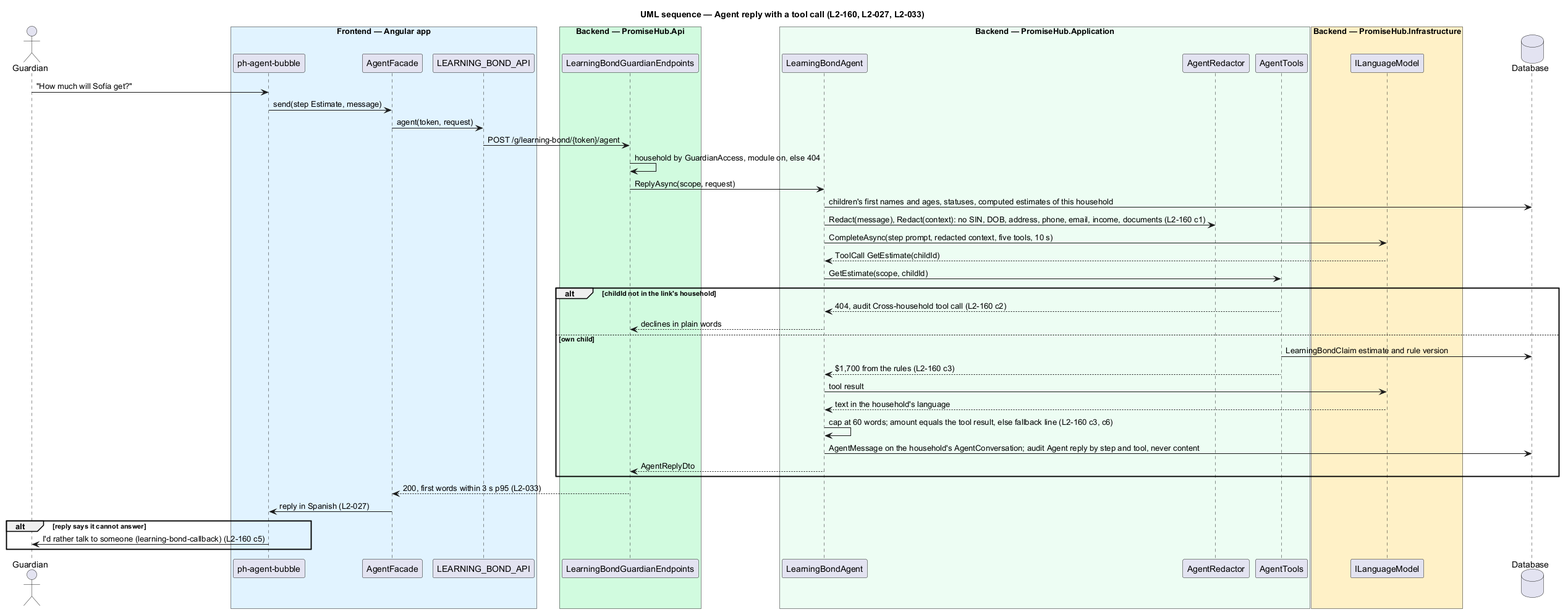
This is docs/detailed-designs/learning-bond/run-learning-bond-agent/diagrams/sequence-agent-reply.png from QuinntyneBrown/promise-hub, a PlantUML export, as it was before one commit. The source it was exported from:
```plantuml
@startuml
title UML sequence — Agent reply with a tool call (L2-160, L2-027, L2-033)
skinparam backgroundColor #FFFFFF
skinparam shadowing false
skinparam defaultFontName Arial
actor "Guardian" as g
box "Frontend — Angular app" #E0F2FE
participant "ph-agent-bubble" as bubble
participant AgentFacade as facade
participant LEARNING_BOND_API as client
end box
box "Backend — PromiseHub.Api" #D1FADF
participant LearningBondGuardianEndpoints as api
end box
box "Backend — PromiseHub.Application" #ECFDF3
participant LearningBondAgent as agent
participant AgentRedactor as redactor
participant AgentTools as tools
end box
box "Backend — PromiseHub.Infrastructure" #FEF0C7
participant ILanguageModel as llm
end box
database "Database" as db
g -> bubble : "How much will Sofía get?"
bubble -> facade : send(step Estimate, message)
facade -> client : agent(token, request)
client -> api : POST /g/learning-bond/{token}/agent
api -> api : household by GuardianAccess, module on, else 404
api -> agent : ReplyAsync(scope, request)
agent -> db : children's first names and ages, statuses, computed estimates of this household
agent -> redactor : Redact(message), Redact(context): no SIN, DOB, address, phone, email, income, documents (L2-160 c1)
agent -> llm : CompleteAsync(step prompt, redacted context, five tools, 10 s)
llm --> agent : ToolCall GetEstimate(childId)
agent -> tools : GetEstimate(scope, childId)
alt childId not in the link's household
  tools --> agent : 404, audit Cross-household tool call (L2-160 c2)
  agent --> api : declines in plain words
else own child
  tools -> db : LearningBondClaim estimate and rule version
  tools --> agent : $1,700 from the rules (L2-160 c3)
  agent -> llm : tool result
  llm --> agent : text in the household's language
  agent -> agent : cap at 60 words; amount equals the tool result, else fallback line (L2-160 c3, c6)
  agent -> db : AgentMessage on the household's AgentConversation; audit Agent reply by step and tool, never content
  agent --> api : AgentReplyDto
end
api --> facade : 200, first words within 3 s p95 (L2-033)
facade -> bubble : reply in Spanish (L2-027)
alt reply says it cannot answer
  bubble -> g : I'd rather talk to someone (learning-bond-callback) (L2-160 c5)
end
@enduml
```
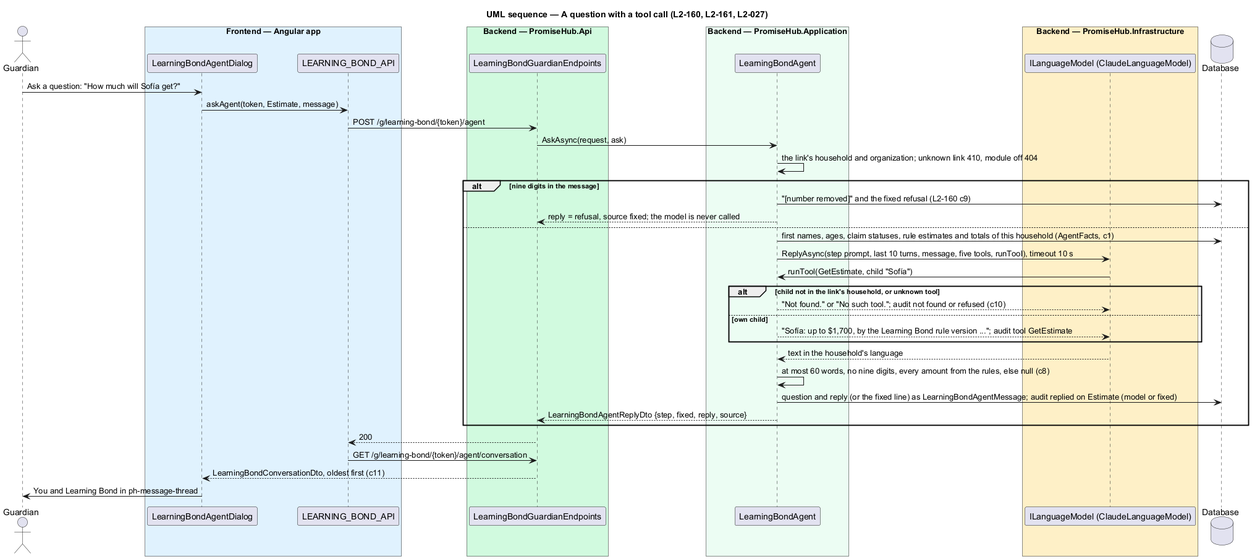
After the commit.

What changed in the source:
```diff
@@ -1,12 +1,11 @@
 @startuml
-title UML sequence — Agent reply with a tool call (L2-160, L2-027, L2-033)
+title UML sequence — A question with a tool call (L2-160, L2-161, L2-027)
 skinparam backgroundColor #FFFFFF
 skinparam shadowing false
 skinparam defaultFontName Arial
 actor "Guardian" as g
 box "Frontend — Angular app" #E0F2FE
-participant "ph-agent-bubble" as bubble
-participant AgentFacade as facade
+participant LearningBondAgentDialog as dialog
 participant LEARNING_BOND_API as client
 end box
 box "Backend — PromiseHub.Api" #D1FADF
@@ -14,39 +13,35 @@
 end box
 box "Backend — PromiseHub.Application" #ECFDF3
 participant LearningBondAgent as agent
-participant AgentRedactor as redactor
-participant AgentTools as tools
 end box
 box "Backend — PromiseHub.Infrastructure" #FEF0C7
-participant ILanguageModel as llm
+participant "ILanguageModel (ClaudeLanguageModel)" as llm
 end box
 database "Database" as db
-g -> bubble : "How much will Sofía get?"
-bubble -> facade : send(step Estimate, message)
-facade -> client : agent(token, request)
+g -> dialog : Ask a question: "How much will Sofía get?"
+dialog -> client : askAgent(token, Estimate, message)
 client -> api : POST /g/learning-bond/{token}/agent
-api -> api : household by GuardianAccess, module on, else 404
-api -> agent : ReplyAsync(scope, request)
-agent -> db : children's first names and ages, statuses, computed estimates of this household
-agent -> redactor : Redact(message), Redact(context): no SIN, DOB, address, phone, email, income, documents (L2-160 c1)
-agent -> llm : CompleteAsync(step prompt, redacted context, five tools, 10 s)
-llm --> agent : ToolCall GetEstimate(childId)
-agent -> tools : GetEstimate(scope, childId)
-alt childId not in the link's household
-  tools --> agent : 404, audit Cross-household tool call (L2-160 c2)
-  agent --> api : declines in plain words
-else own child
-  tools -> db : LearningBondClaim estimate and rule version
-  tools --> agent : $1,700 from the rules (L2-160 c3)
-  agent -> llm : tool result
+api -> agent : AskAsync(request, ask)
+agent -> agent : the link's household and organization; unknown link 410, module off 404
+alt nine digits in the message
+  agent -> db : "[number removed]" and the fixed refusal (L2-160 c9)
+  agent --> api : reply = refusal, source fixed; the model is never called
+else
+  agent -> db : first names, ages, claim statuses, rule estimates and totals of this household (AgentFacts, c1)
+  agent -> llm : ReplyAsync(step prompt, last 10 turns, message, five tools, runTool), timeout 10 s
+  llm -> agent : runTool(GetEstimate, child "Sofía")
+  alt child not in the link's household, or unknown tool
+    agent --> llm : "Not found." or "No such tool."; audit not found or refused (c10)
+  else own child
+    agent --> llm : "Sofía: up to $1,700, by the Learning Bond rule version ..."; audit tool GetEstimate
+  end
   llm --> agent : text in the household's language
-  agent -> agent : cap at 60 words; amount equals the tool result, else fallback line (L2-160 c3, c6)
-  agent -> db : AgentMessage on the household's AgentConversation; audit Agent reply by step and tool, never content
-  agent --> api : AgentReplyDto
+  agent -> agent : at most 60 words, no nine digits, every amount from the rules, else null (c8)
+  agent -> db : question and reply (or the fixed line) as LearningBondAgentMessage; audit replied on Estimate (model or fixed)
+  agent --> api : LearningBondAgentReplyDto {step, fixed, reply, source}
 end
-api --> facade : 200, first words within 3 s p95 (L2-033)
-facade -> bubble : reply in Spanish (L2-027)
-alt reply says it cannot answer
-  bubble -> g : I'd rather talk to someone (learning-bond-callback) (L2-160 c5)
-end
+api --> client : 200
+client -> api : GET /g/learning-bond/{token}/agent/conversation
+api --> dialog : LearningBondConversationDto, oldest first (c11)
+dialog -> g : You and Learning Bond in ph-message-thread
 @enduml
```
